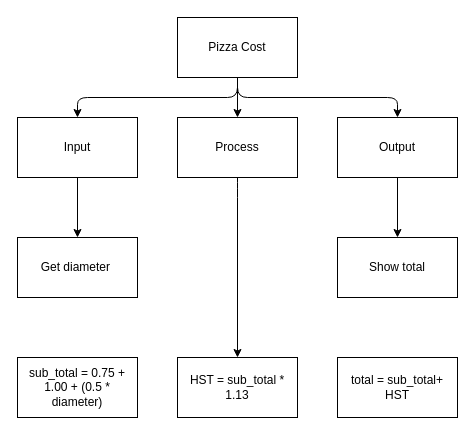
huihangisaac-ho/ICS3U-Unit2-04-Python keeps this draw.io diagram as page "Top-Down Design" (1 of 2) of design.drawio. Above is the earlier version. Source tidied: cells renumbered, new cells numbered last; positions are measured from the earlier drawing's top-left corner, leaving out a move shared by most shapes. Both pictures are drawn from the tidied source at 100%, with x=0, y=0 at pixel (17, 17).
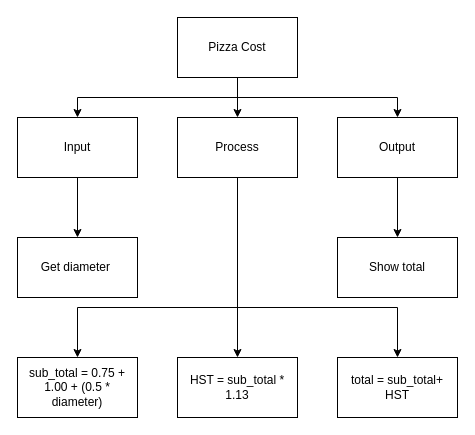
The same page after the edit.

The change refers to these unchanged cells:
```xml
<mxCell id="5" value="Pizza Cost" style="rounded=0;whiteSpace=wrap;html=1;" parent="1" vertex="1">
  <mxGeometry x="160" width="120" height="60" as="geometry" />
</mxCell>
<mxCell id="7" value="Input" style="rounded=0;whiteSpace=wrap;html=1;" parent="1" vertex="1">
  <mxGeometry y="100" width="120" height="60" as="geometry" />
</mxCell>
<mxCell id="9" value="Process" style="rounded=0;whiteSpace=wrap;html=1;" parent="1" vertex="1">
  <mxGeometry x="160" y="100" width="120" height="60" as="geometry" />
</mxCell>
<mxCell id="11" value="Output" style="rounded=0;whiteSpace=wrap;html=1;" parent="1" vertex="1">
  <mxGeometry x="320" y="100" width="120" height="60" as="geometry" />
</mxCell>
<mxCell id="13" value="HST = sub_total *&lt;br&gt;1.13" style="rounded=0;whiteSpace=wrap;html=1;" parent="1" vertex="1">
  <mxGeometry x="160" y="340" width="120" height="60" as="geometry" />
</mxCell>
<mxCell id="15" value="sub_total = 0.75 + 1.00 + (0.5 * diameter)" style="rounded=0;whiteSpace=wrap;html=1;" parent="1" vertex="1">
  <mxGeometry y="340" width="120" height="60" as="geometry" />
</mxCell>
<mxCell id="16" value="total = sub_total+ HST" style="rounded=0;whiteSpace=wrap;html=1;" parent="1" vertex="1">
  <mxGeometry x="320" y="340" width="120" height="60" as="geometry" />
</mxCell>
```

The edit, as a diff of the source:
```diff
@@
-    <mxCell id="3" style="edgeStyle=orthogonalEdgeStyle;html=1;exitX=0.5;exitY=1;exitDx=0;exitDy=0;entryX=0.5;entryY=0;entryDx=0;entryDy=0;" parent="1" edge="1" source="5" target="7">
+    <mxCell id="3" style="edgeStyle=orthogonalEdgeStyle;html=1;exitX=0.5;exitY=1;exitDx=0;exitDy=0;entryX=0.5;entryY=0;entryDx=0;entryDy=0;rounded=0;" parent="1" edge="1" source="5" target="7">
       <mxGeometry relative="1" as="geometry" />
     </mxCell>
-    <mxCell id="4" style="edgeStyle=orthogonalEdgeStyle;html=1;exitX=0.5;exitY=1;exitDx=0;exitDy=0;entryX=0.5;entryY=0;entryDx=0;entryDy=0;" parent="1" edge="1" source="5" target="11">
-      <mxGeometry relative="1" as="geometry" />
+    <mxCell id="4" style="edgeStyle=orthogonalEdgeStyle;html=1;exitX=0.5;exitY=1;exitDx=0;exitDy=0;entryX=0.5;entryY=0;entryDx=0;entryDy=0;rounded=0;" parent="1" edge="1" source="5" target="11">
+      <mxGeometry relative="1" as="geometry">
+        <Array as="points">
+          <mxPoint x="220" y="80" />
+          <mxPoint x="380" y="80" />
+        </Array>
+      </mxGeometry>
     </mxCell>
@@
-    <mxCell id="8" style="edgeStyle=orthogonalEdgeStyle;html=1;entryX=0.5;entryY=0;entryDx=0;entryDy=0;" parent="1" edge="1" source="9" target="13">
-      <mxGeometry relative="1" as="geometry">
-        <Array as="points">
-          <mxPoint x="220" y="170" />
-          <mxPoint x="220" y="170" />
-        </Array>
-      </mxGeometry>
+    <mxCell id="8" style="edgeStyle=orthogonalEdgeStyle;rounded=0;html=1;exitX=0.5;exitY=1;exitDx=0;exitDy=0;" parent="1" edge="1" source="9" target="13">
+      <mxGeometry relative="1" as="geometry" />
     </mxCell>
+    <mxCell id="17" style="edgeStyle=orthogonalEdgeStyle;rounded=0;html=1;exitX=0.5;exitY=1;exitDx=0;exitDy=0;entryX=0.5;entryY=0;entryDx=0;entryDy=0;" parent="1" edge="1" source="9" target="15">
+      <mxGeometry relative="1" as="geometry">
+        <Array as="points">
+          <mxPoint x="220" y="290" />
+          <mxPoint x="60" y="290" />
+        </Array>
+      </mxGeometry>
+    </mxCell>
+    <mxCell id="18" style="edgeStyle=orthogonalEdgeStyle;rounded=0;html=1;exitX=0.5;exitY=1;exitDx=0;exitDy=0;entryX=0.5;entryY=0;entryDx=0;entryDy=0;" parent="1" edge="1" source="9" target="16">
+      <mxGeometry relative="1" as="geometry">
+        <Array as="points">
+          <mxPoint x="220" y="290" />
+          <mxPoint x="380" y="290" />
+        </Array>
+      </mxGeometry>
+    </mxCell>
```
